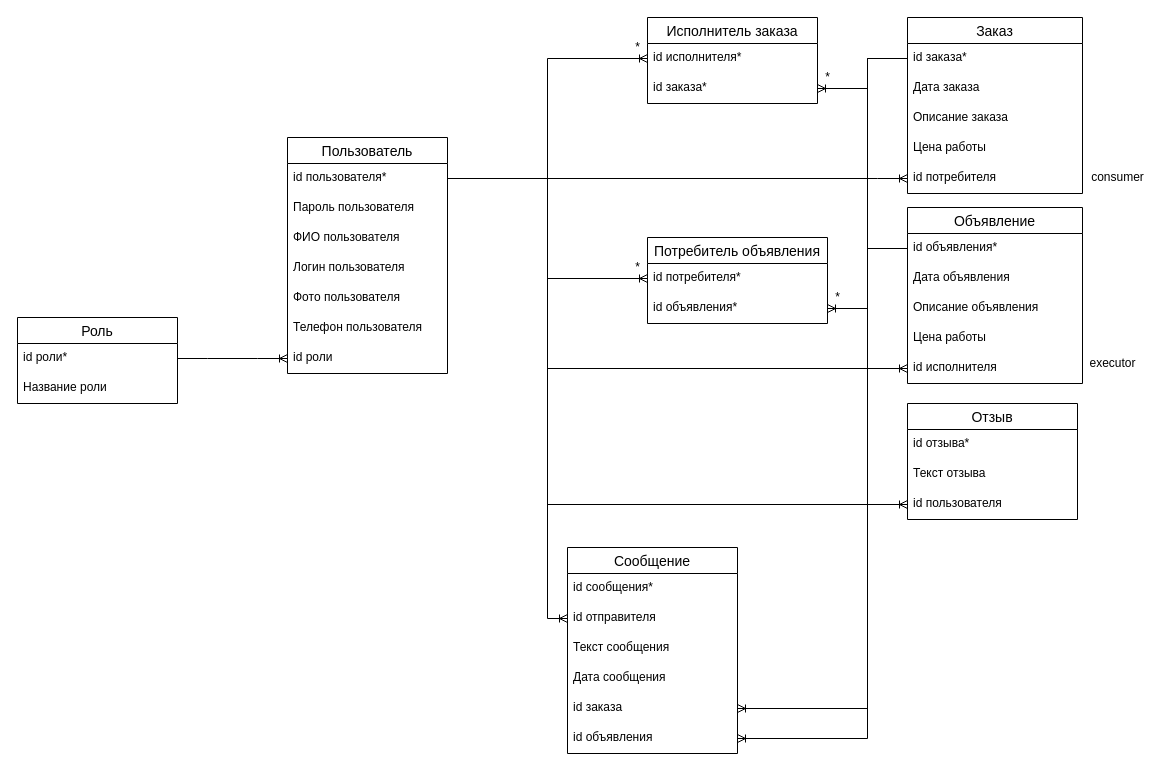
This is Khalikov_BD.drawio from UppercutsFromKupchino/Khalikov_BD, a draw.io file, before an edit. Source tidied: cells renumbered, new cells numbered last; positions are measured from the earlier drawing's top-left corner, leaving out a move shared by most shapes. Both pictures are drawn from the tidied source at 100%, with x=0, y=0 at pixel (17, 17).
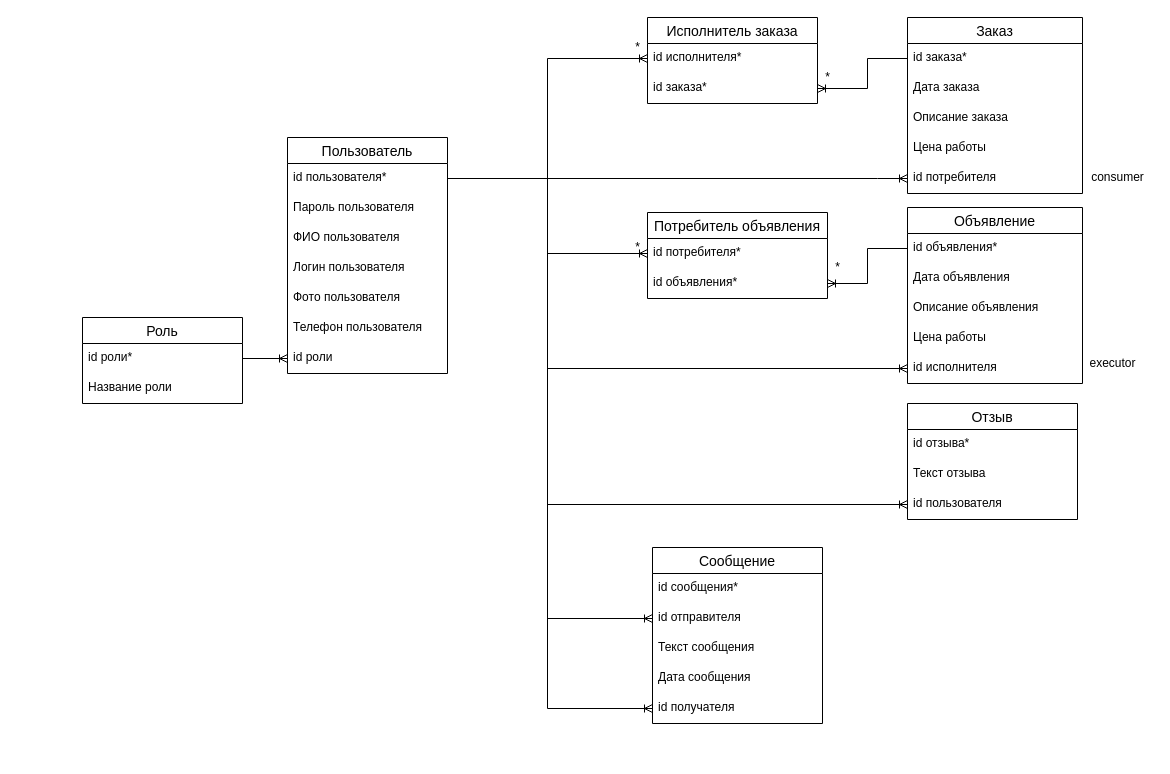
The same diagram, later.

Unchanged cells that the change refers to:
```xml
<mxCell id="3" value="id пользователя*" style="text;strokeColor=none;fillColor=none;spacingLeft=4;spacingRight=4;overflow=hidden;points=[[0,0.5],[1,0.5]];portConstraint=eastwest;fontSize=12;" parent="2" vertex="1">
  <mxGeometry y="26" width="160" height="30" as="geometry" />
</mxCell>
<mxCell id="11" value="id объявления*" style="text;strokeColor=none;fillColor=none;spacingLeft=4;spacingRight=4;overflow=hidden;points=[[0,0.5],[1,0.5]];portConstraint=eastwest;fontSize=12;" parent="10" vertex="1">
  <mxGeometry y="26" width="175" height="30" as="geometry" />
</mxCell>
<mxCell id="25" value="id заказа*" style="text;strokeColor=none;fillColor=none;spacingLeft=4;spacingRight=4;overflow=hidden;points=[[0,0.5],[1,0.5]];portConstraint=eastwest;fontSize=12;" parent="24" vertex="1">
  <mxGeometry y="26" width="175" height="30" as="geometry" />
</mxCell>
```

Change to the diagram source:
```diff
@@
     <mxCell id="30" value="Потребитель объявления" style="swimlane;fontStyle=0;horizontal=1;startSize=26;align=center;fontSize=14;" parent="1" vertex="1">
-      <mxGeometry x="630" y="220" width="180" height="86" as="geometry" />
+      <mxGeometry x="630" y="195" width="180" height="86" as="geometry" />
     </mxCell>
@@
     <mxCell id="34" value="Роль" style="swimlane;fontStyle=0;horizontal=1;startSize=26;align=center;fontSize=14;" parent="1" vertex="1">
-      <mxGeometry y="300" width="160" height="86" as="geometry" />
+      <mxGeometry x="65" y="300" width="160" height="86" as="geometry" />
     </mxCell>
@@
     <mxCell id="45" value="*" style="text;html=1;align=center;verticalAlign=middle;strokeColor=none;fillColor=none;" parent="1" vertex="1">
-      <mxGeometry x="610" y="240" width="20" height="20" as="geometry" />
+      <mxGeometry x="610" y="220" width="20" height="20" as="geometry" />
     </mxCell>
     <mxCell id="46" value="*" style="text;html=1;align=center;verticalAlign=middle;strokeColor=none;fillColor=none;" parent="1" vertex="1">
-      <mxGeometry x="810" y="270" width="20" height="20" as="geometry" />
+      <mxGeometry x="810" y="240" width="20" height="20" as="geometry" />
     </mxCell>
@@
     <mxCell id="49" value="Сообщение" style="swimlane;fontStyle=0;horizontal=1;startSize=26;align=center;fontSize=14;" parent="1" vertex="1">
-      <mxGeometry x="550" y="530" width="170" height="206" as="geometry" />
+      <mxGeometry x="635" y="530" width="170" height="176" as="geometry" />
     </mxCell>
@@
-    <mxCell id="54" value="id заказа" style="text;strokeColor=none;fillColor=none;spacingLeft=4;spacingRight=4;overflow=hidden;points=[[0,0.5],[1,0.5]];portConstraint=eastwest;fontSize=12;" parent="49" vertex="1">
+    <mxCell id="54" value="id получателя" style="text;strokeColor=none;fillColor=none;spacingLeft=4;spacingRight=4;overflow=hidden;points=[[0,0.5],[1,0.5]];portConstraint=eastwest;fontSize=12;" parent="49" vertex="1">
       <mxGeometry y="146" width="170" height="30" as="geometry" />
     </mxCell>
-    <mxCell id="55" value="id объявления" style="text;strokeColor=none;fillColor=none;spacingLeft=4;spacingRight=4;overflow=hidden;points=[[0,0.5],[1,0.5]];portConstraint=eastwest;fontSize=12;" parent="49" vertex="1">
-      <mxGeometry y="176" width="170" height="30" as="geometry" />
-    </mxCell>
@@
-    <mxCell id="57" style="edgeStyle=orthogonalEdgeStyle;fontSize=12;html=1;endArrow=ERoneToMany;rounded=0;entryX=1;entryY=0.5;entryDx=0;entryDy=0;exitX=0;exitY=0.5;exitDx=0;exitDy=0;" parent="1" edge="1" source="25" target="54">
-      <mxGeometry relative="1" as="geometry">
-        <Array as="points">
-          <mxPoint x="850" y="41" />
-          <mxPoint x="850" y="691" />
-        </Array>
-      </mxGeometry>
-    </mxCell>
-    <mxCell id="58" style="edgeStyle=orthogonalEdgeStyle;fontSize=12;html=1;endArrow=ERoneToMany;rounded=0;entryX=1;entryY=0.5;entryDx=0;entryDy=0;exitX=0;exitY=0.5;exitDx=0;exitDy=0;" parent="1" edge="1" source="11" target="55">
-      <mxGeometry relative="1" as="geometry">
-        <Array as="points">
-          <mxPoint x="850" y="231" />
-          <mxPoint x="850" y="721" />
-        </Array>
-      </mxGeometry>
-    </mxCell>
+    <mxCell id="59" style="edgeStyle=elbowEdgeStyle;fontSize=12;html=1;endArrow=ERoneToMany;rounded=0;entryX=0;entryY=0.5;entryDx=0;entryDy=0;exitX=1;exitY=0.5;exitDx=0;exitDy=0;" parent="1" edge="1" source="3" target="54">
+      <mxGeometry relative="1" as="geometry">
+        <Array as="points">
+          <mxPoint x="530" y="430" />
+        </Array>
+      </mxGeometry>
+    </mxCell>
```
